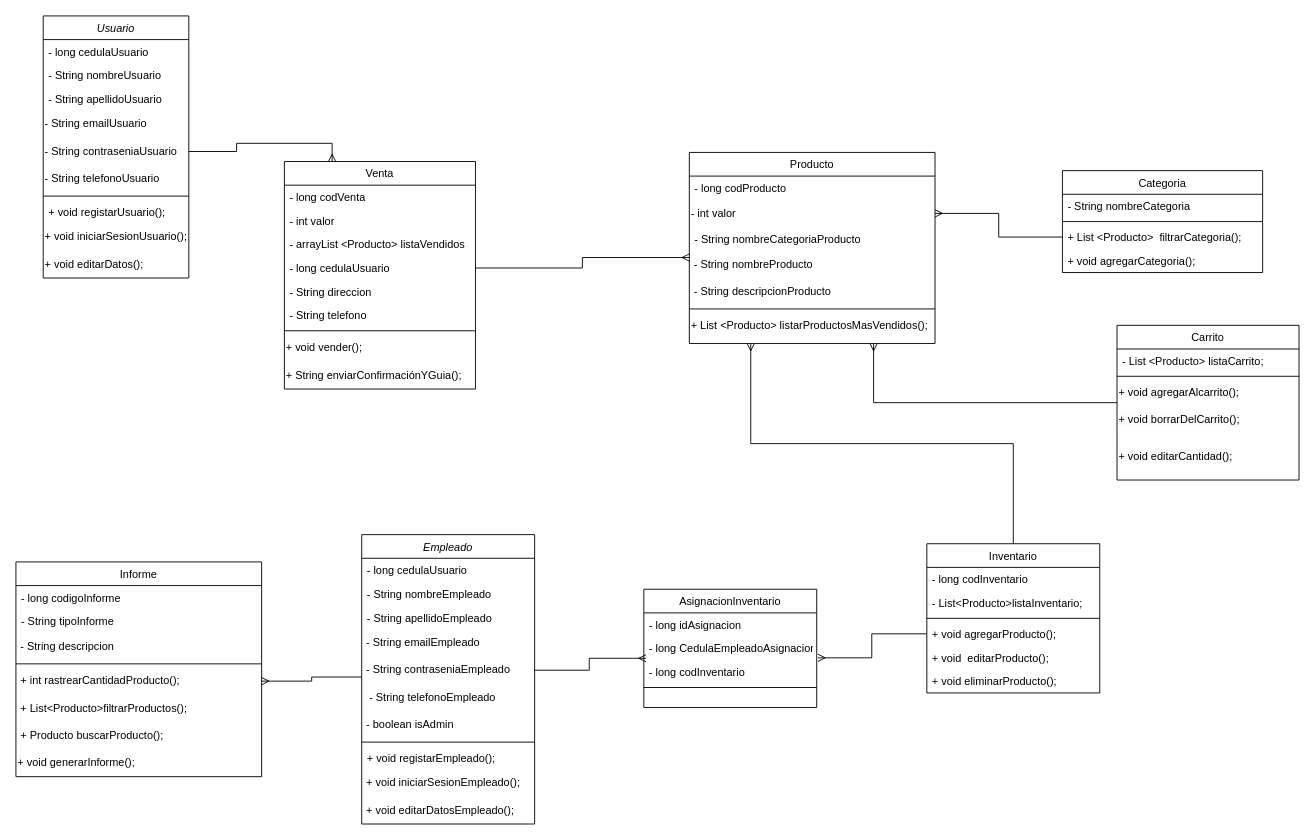
alejo78912/Proyecto-final keeps this draw.io diagram as Diagrama sin título.drawio. Above is the earlier version. Source tidied: cells renumbered, new cells numbered last; positions are measured from the earlier drawing's top-left corner, leaving out a move shared by most shapes. Both pictures are drawn from the tidied source at 91%, with x=0, y=0 at pixel (15, 15).
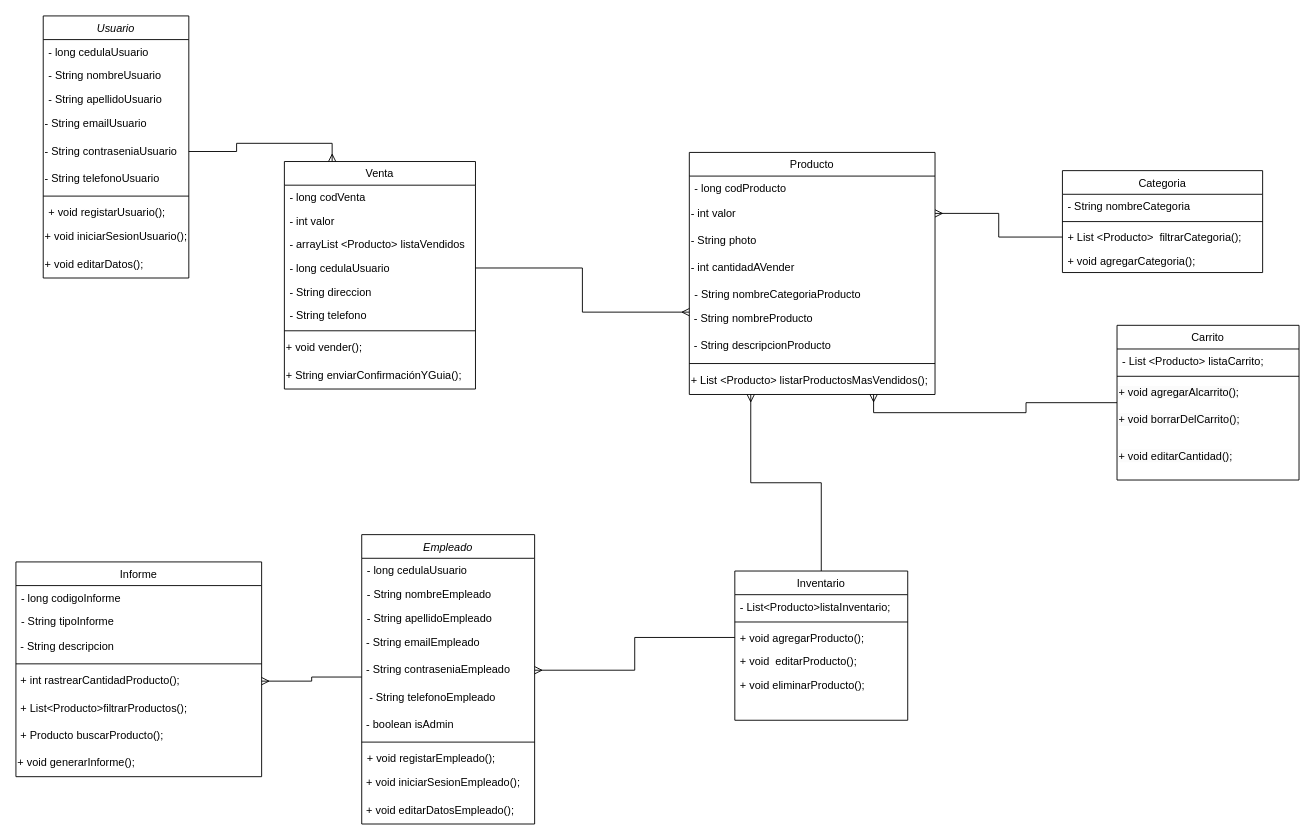
After the change.

The change refers to these unchanged cells:
```xml
<mxCell id="56" value="&amp;nbsp;- String contraseniaEmpleado" style="text;html=1;strokeColor=none;fillColor=none;align=left;verticalAlign=middle;whiteSpace=wrap;rounded=0;" parent="51" vertex="1">
  <mxGeometry y="134" width="190" height="30" as="geometry" />
</mxCell>
```

Change to the diagram source:
```diff
@@
     <mxCell id="13" value="Producto" style="swimlane;fontStyle=0;align=center;verticalAlign=top;horizontal=1;startSize=26;rounded=0;shadow=0;strokeWidth=1;" parent="1" vertex="1">
-      <mxGeometry x="740" y="150" width="270" height="210" as="geometry" />
+      <mxGeometry x="740" y="150" width="270" height="266" as="geometry" />
     </mxCell>
@@
+    <mxCell id="83" value="- String photo" style="text;html=1;strokeColor=none;fillColor=none;align=left;verticalAlign=middle;whiteSpace=wrap;rounded=0;" parent="13" vertex="1">
+      <mxGeometry y="82" width="270" height="30" as="geometry" />
+    </mxCell>
+    <mxCell id="84" value="- int cantidadAVender" style="text;html=1;strokeColor=none;fillColor=none;align=left;verticalAlign=middle;whiteSpace=wrap;rounded=0;" parent="13" vertex="1">
+      <mxGeometry y="112" width="270" height="30" as="geometry" />
+    </mxCell>
     <mxCell id="16" value="- String nombreCategoriaProducto" style="text;align=left;verticalAlign=top;spacingLeft=4;spacingRight=4;overflow=hidden;rounded=0;shadow=0;html=0;" parent="13" vertex="1">
-      <mxGeometry y="82" width="270" height="26" as="geometry" />
+      <mxGeometry y="142" width="270" height="26" as="geometry" />
     </mxCell>
     <mxCell id="17" value="&amp;nbsp;- String nombreProducto" style="text;html=1;strokeColor=none;fillColor=none;align=left;verticalAlign=middle;whiteSpace=wrap;rounded=0;" parent="13" vertex="1">
-      <mxGeometry y="108" width="270" height="30" as="geometry" />
+      <mxGeometry y="168" width="270" height="30" as="geometry" />
     </mxCell>
     <mxCell id="18" value="&amp;nbsp;- String descripcionProducto" style="text;html=1;strokeColor=none;fillColor=none;align=left;verticalAlign=middle;whiteSpace=wrap;rounded=0;" parent="13" vertex="1">
-      <mxGeometry y="138" width="270" height="30" as="geometry" />
+      <mxGeometry y="198" width="270" height="30" as="geometry" />
     </mxCell>
     <mxCell id="19" style="line;html=1;strokeWidth=1;align=left;verticalAlign=middle;spacingTop=-1;spacingLeft=3;spacingRight=3;labelPosition=right;" parent="13" vertex="1">
-      <mxGeometry y="168" width="270" height="8" as="geometry" />
+      <mxGeometry y="228" width="270" height="8" as="geometry" />
     </mxCell>
     <mxCell id="20" value="+ List &amp;lt;Producto&amp;gt; listarProductosMasVendidos();" style="text;html=1;strokeColor=none;fillColor=none;align=left;verticalAlign=middle;whiteSpace=wrap;rounded=0;" parent="13" vertex="1">
-      <mxGeometry y="176" width="270" height="30" as="geometry" />
+      <mxGeometry y="236" width="270" height="30" as="geometry" />
     </mxCell>
@@
     <mxCell id="44" value="Inventario" style="swimlane;fontStyle=0;align=center;verticalAlign=top;horizontal=1;startSize=26;rounded=0;shadow=0;strokeWidth=1;" parent="1" vertex="1">
-      <mxGeometry x="1001" y="580" width="190" height="164" as="geometry" />
+      <mxGeometry x="790" y="610" width="190" height="164" as="geometry" />
     </mxCell>
-    <mxCell id="45" value="- long codInventario" style="text;align=left;verticalAlign=top;spacingLeft=4;spacingRight=4;overflow=hidden;" parent="44" vertex="1">
-      <mxGeometry y="26" width="190" height="26" as="geometry" />
-    </mxCell>
     <mxCell id="46" value="- List&lt;Producto&gt;listaInventario;" style="text;align=left;verticalAlign=top;spacingLeft=4;spacingRight=4;overflow=hidden;" parent="44" vertex="1">
-      <mxGeometry y="52" width="190" height="26" as="geometry" />
+      <mxGeometry y="26" width="190" height="26" as="geometry" />
     </mxCell>
     <mxCell id="47" style="line;html=1;strokeWidth=1;align=left;verticalAlign=middle;spacingTop=-1;spacingLeft=3;spacingRight=3;labelPosition=right;" parent="44" vertex="1">
-      <mxGeometry y="78" width="190" height="8" as="geometry" />
+      <mxGeometry y="52" width="190" height="8" as="geometry" />
     </mxCell>
     <mxCell id="48" value="+ void agregarProducto();" style="text;align=left;verticalAlign=top;spacingLeft=4;spacingRight=4;overflow=hidden;points=[[0,0.5],[1,0.5]];portConstraint=eastwest;fontStyle=0;" parent="44" vertex="1">
-      <mxGeometry y="86" width="190" height="26" as="geometry" />
+      <mxGeometry y="60" width="190" height="26" as="geometry" />
     </mxCell>
     <mxCell id="49" value="+ void  editarProducto();" style="text;align=left;verticalAlign=top;spacingLeft=4;spacingRight=4;overflow=hidden;" parent="44" vertex="1">
-      <mxGeometry y="112" width="190" height="26" as="geometry" />
+      <mxGeometry y="86" width="190" height="26" as="geometry" />
     </mxCell>
     <mxCell id="50" value="+ void eliminarProducto();" style="text;align=left;verticalAlign=top;spacingLeft=4;spacingRight=4;overflow=hidden;fontStyle=0;" parent="44" vertex="1">
-      <mxGeometry y="138" width="190" height="26" as="geometry" />
+      <mxGeometry y="112" width="190" height="26" as="geometry" />
     </mxCell>
@@
-    <mxCell id="76" value="AsignacionInventario" style="swimlane;fontStyle=0;align=center;verticalAlign=top;horizontal=1;startSize=26;rounded=0;shadow=0;strokeWidth=1;" parent="1" vertex="1">
-      <mxGeometry x="690" y="630" width="190" height="130" as="geometry" />
-    </mxCell>
-    <mxCell id="77" value="- long idAsignacion " style="text;align=left;verticalAlign=top;spacingLeft=4;spacingRight=4;overflow=hidden;" parent="76" vertex="1">
-      <mxGeometry y="26" width="190" height="26" as="geometry" />
-    </mxCell>
-    <mxCell id="78" value="- long CedulaEmpleadoAsignacion" style="text;align=left;verticalAlign=top;spacingLeft=4;spacingRight=4;overflow=hidden;fontStyle=0;" parent="76" vertex="1">
-      <mxGeometry y="52" width="190" height="26" as="geometry" />
-    </mxCell>
-    <mxCell id="79" value="- long codInventario" style="text;align=left;verticalAlign=top;spacingLeft=4;spacingRight=4;overflow=hidden;points=[[0,0.5],[1,0.5]];portConstraint=eastwest;" parent="76" vertex="1">
-      <mxGeometry y="78" width="190" height="26" as="geometry" />
-    </mxCell>
-    <mxCell id="80" style="line;html=1;strokeWidth=1;align=left;verticalAlign=middle;spacingTop=-1;spacingLeft=3;spacingRight=3;labelPosition=right;" parent="76" vertex="1">
-      <mxGeometry y="104" width="190" height="8" as="geometry" />
-    </mxCell>
-    <mxCell id="81" style="edgeStyle=orthogonalEdgeStyle;rounded=0;jettySize=auto;html=1;entryX=0.013;entryY=-0.082;entryDx=0;entryDy=0;entryPerimeter=0;endArrow=ERmany;endFill=0;" parent="1" edge="1" source="56" target="79">
-      <mxGeometry relative="1" as="geometry" />
-    </mxCell>
-    <mxCell id="82" style="edgeStyle=orthogonalEdgeStyle;rounded=0;jettySize=auto;html=1;entryX=1.007;entryY=-0.1;entryDx=0;entryDy=0;entryPerimeter=0;endArrow=ERmany;endFill=0;" parent="1" edge="1" source="48" target="79">
+    <mxCell id="82" style="edgeStyle=orthogonalEdgeStyle;rounded=0;jettySize=auto;html=1;entryX=1;entryY=0.5;entryDx=0;entryDy=0;endArrow=ERmany;endFill=0;" parent="1" edge="1" source="48" target="56">
       <mxGeometry relative="1" as="geometry" />
     </mxCell>
```
